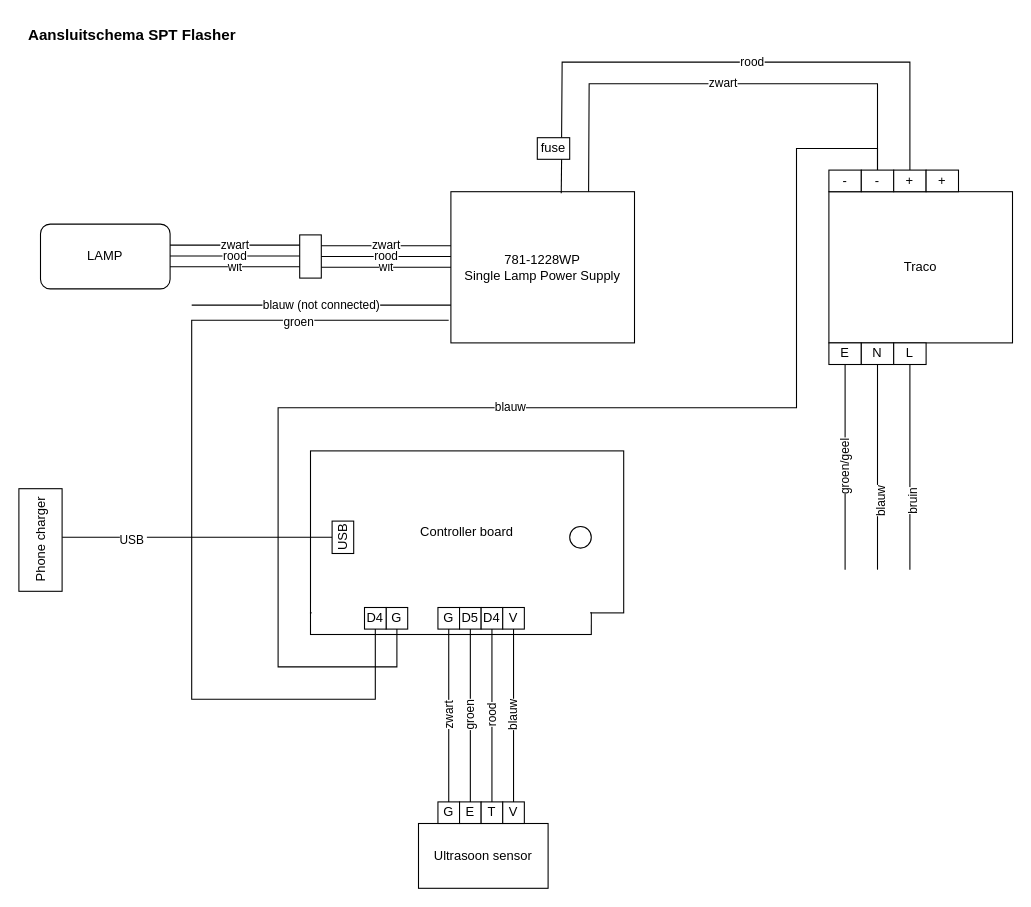
Above: SPT_Flasher.drawio in TLR1000/flashdemo (draw.io), before the change. Source tidied: cells renumbered, new cells numbered last; positions are measured from the earlier drawing's top-left corner, leaving out a move shared by most shapes. Both pictures are drawn from the tidied source at 108%, with x=0, y=0 at pixel (18, 18).
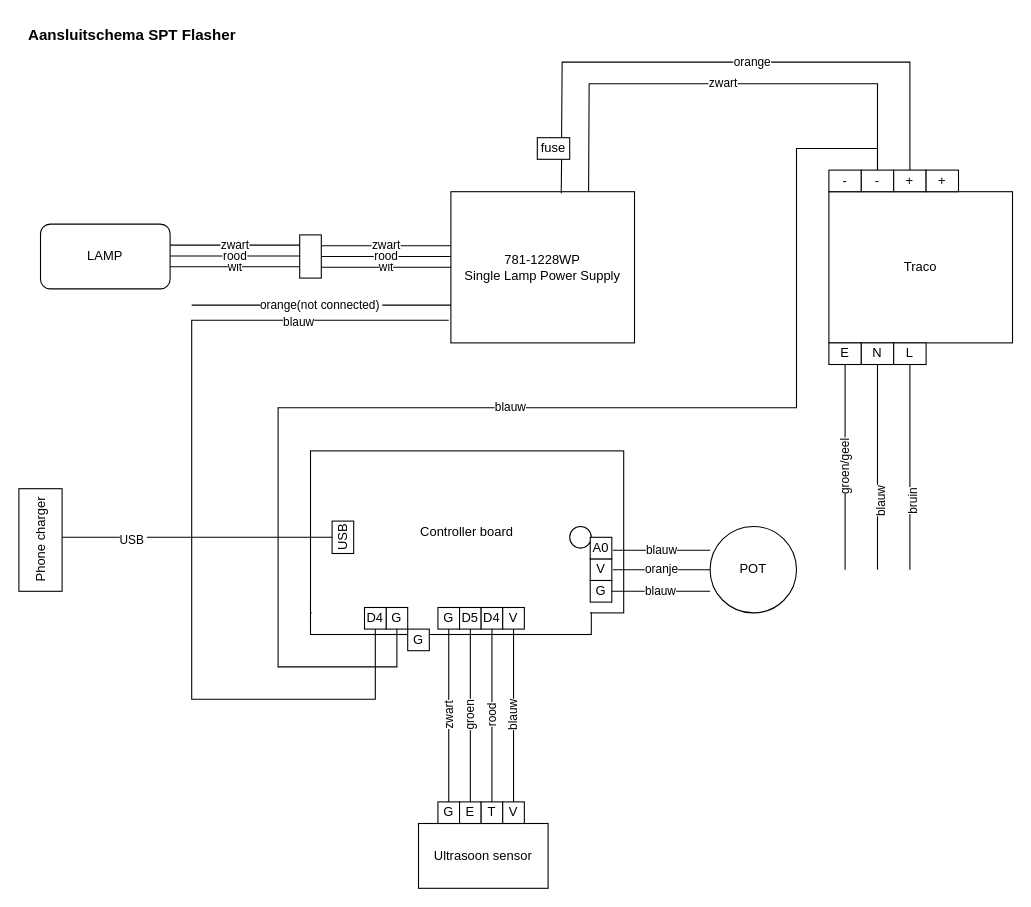
The same page after the edit.

Unchanged cells that the change refers to:
```xml
<mxCell id="8" value="+" style="rounded=0;whiteSpace=wrap;html=1;" parent="1" vertex="1">
  <mxGeometry x="810" y="140" width="30" height="20" as="geometry" />
</mxCell>
<mxCell id="10" value="781-1228WP&lt;br&gt;Single Lamp Power Supply" style="rounded=0;whiteSpace=wrap;html=1;" parent="1" vertex="1">
  <mxGeometry x="400" y="160" width="170" height="140" as="geometry" />
</mxCell>
<mxCell id="18" value="fuse" style="rounded=0;whiteSpace=wrap;html=1;" parent="1" vertex="1">
  <mxGeometry x="480" y="110" width="30" height="20" as="geometry" />
</mxCell>
<mxCell id="48" style="endArrow=none;html=1;rounded=0;entryX=-0.012;entryY=0.85;entryDx=0;entryDy=0;entryPerimeter=0;exitX=0.5;exitY=1;exitDx=0;exitDy=0;" parent="1" edge="1" source="46" target="10">
  <mxGeometry relative="1" as="geometry">
    <Array as="points">
      <mxPoint x="330" y="630" />
      <mxPoint x="160" y="630" />
      <mxPoint x="160" y="279" />
    </Array>
  </mxGeometry>
</mxCell>
```

What changed in the source:
```diff
@@
-    <mxCell id="17" value="rood" style="endArrow=none;html=1;rounded=0;entryX=0.5;entryY=0;entryDx=0;entryDy=0;exitX=0.75;exitY=0;exitDx=0;exitDy=0;" parent="1" edge="1" source="18" target="8">
+    <mxCell id="17" value="orange" style="endArrow=none;html=1;rounded=0;entryX=0.5;entryY=0;entryDx=0;entryDy=0;exitX=0.75;exitY=0;exitDx=0;exitDy=0;" parent="1" edge="1" source="18" target="8">
       <mxGeometry relative="1" as="geometry">
         <Array as="points">
           <mxPoint x="503" y="40" />
           <mxPoint x="825" y="40" />
         </Array>
       </mxGeometry>
     </mxCell>
@@
-    <mxCell id="49" value="groen" style="edgeLabel;html=1;align=center;verticalAlign=middle;" parent="48" vertex="1">
+    <mxCell id="49" value="blauw" style="edgeLabel;html=1;align=center;verticalAlign=middle;" parent="48" vertex="1">
       <mxGeometry x="0.66" y="-1" relative="1" as="geometry" />
     </mxCell>
-    <mxCell id="50" value="blauw (not connected)" style="endArrow=none;html=1;rounded=0;entryX=0;entryY=0.75;entryDx=0;entryDy=0;" parent="1" edge="1" target="10">
+    <mxCell id="50" value="orange(not connected)&amp;nbsp;" style="endArrow=none;html=1;rounded=0;entryX=0;entryY=0.75;entryDx=0;entryDy=0;" parent="1" edge="1" target="10">
       <mxGeometry relative="1" as="geometry">
         <mxPoint x="160" y="265" as="sourcePoint" />
       </mxGeometry>
     </mxCell>
@@
+    <mxCell id="56" value="POT" style="ellipse;whiteSpace=wrap;html=1;" parent="1" vertex="1">
+      <mxGeometry x="640" y="470" width="80" height="80" as="geometry" />
+    </mxCell>
+    <mxCell id="57" value="V" style="rounded=0;whiteSpace=wrap;html=1;" parent="1" vertex="1">
+      <mxGeometry x="529" y="500" width="20" height="20" as="geometry" />
+    </mxCell>
+    <mxCell id="58" value="G" style="rounded=0;whiteSpace=wrap;html=1;" parent="1" vertex="1">
+      <mxGeometry x="360" y="565" width="20" height="20" as="geometry" />
+    </mxCell>
+    <mxCell id="59" value="G" style="rounded=0;whiteSpace=wrap;html=1;" parent="1" vertex="1">
+      <mxGeometry x="529" y="520" width="20" height="20" as="geometry" />
+    </mxCell>
+    <mxCell id="60" value="A0" style="rounded=0;whiteSpace=wrap;html=1;" parent="1" vertex="1">
+      <mxGeometry x="529" y="480" width="20" height="20" as="geometry" />
+    </mxCell>
+    <mxCell id="61" value="blauw" style="endArrow=none;html=1;rounded=0;" parent="1" edge="1">
+      <mxGeometry relative="1" as="geometry">
+        <mxPoint x="640" y="492" as="sourcePoint" />
+        <mxPoint x="550" y="492" as="targetPoint" />
+      </mxGeometry>
+    </mxCell>
+    <mxCell id="62" value="blauw" style="endArrow=none;html=1;rounded=0;entryX=1;entryY=0.5;entryDx=0;entryDy=0;" parent="1" edge="1" target="59">
+      <mxGeometry relative="1" as="geometry">
+        <mxPoint x="640" y="530" as="sourcePoint" />
+      </mxGeometry>
+    </mxCell>
+    <mxCell id="63" value="oranje" style="endArrow=none;html=1;rounded=0;exitX=0;exitY=0.5;exitDx=0;exitDy=0;" parent="1" edge="1" source="56">
+      <mxGeometry relative="1" as="geometry">
+        <mxPoint x="550" y="510" as="targetPoint" />
+      </mxGeometry>
+    </mxCell>
```
